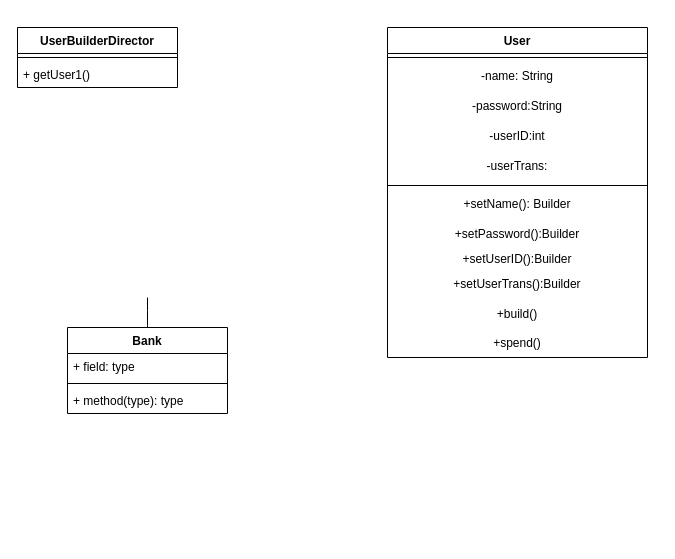
This is page "Builder" (3 of 4) of Diagrams/DesignPatterns.drawio from Paranote309/ATM-OODP, a draw.io file, before an edit. Source tidied: cells renumbered, new cells numbered last; positions are measured from the earlier drawing's top-left corner, leaving out a move shared by most shapes. Both pictures are drawn from the tidied source at 100%, with x=0, y=0 at pixel (17, 27).
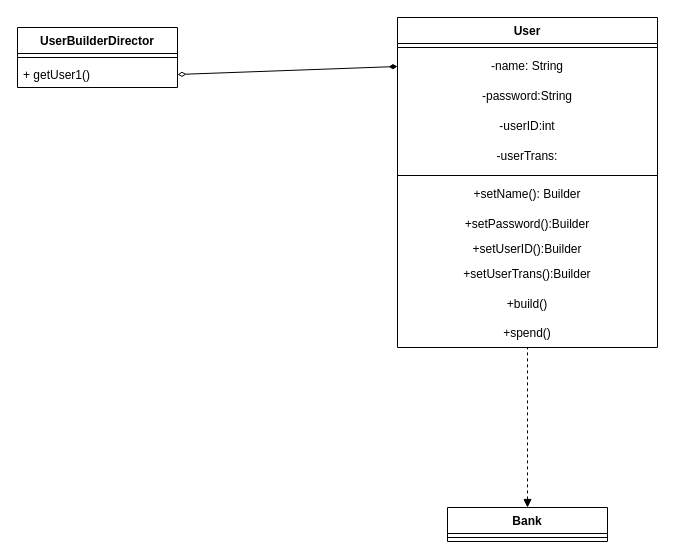
The same diagram, later.

Unchanged cells that the change refers to:
```xml
<mxCell id="4" value="+ getUser1()" style="text;strokeColor=none;fillColor=none;align=left;verticalAlign=top;spacingLeft=4;spacingRight=4;overflow=hidden;points=[[0,0.5],[1,0.5]];portConstraint=eastwest;labelBackgroundColor=#FFFFFF;labelBorderColor=none;fontColor=#000000;" parent="2" vertex="1">
  <mxGeometry y="34" width="160" height="26" as="geometry" />
</mxCell>
<mxCell id="7" value="-name: String" style="text;html=1;strokeColor=none;fillColor=none;align=center;verticalAlign=middle;whiteSpace=wrap;rounded=0;labelBackgroundColor=#FFFFFF;labelBorderColor=none;fontColor=#000000;" parent="5" vertex="1">
  <mxGeometry y="34" width="260" height="30" as="geometry" />
</mxCell>
<mxCell id="17" value="+spend()" style="text;html=1;strokeColor=none;fillColor=none;align=center;verticalAlign=middle;whiteSpace=wrap;rounded=0;labelBackgroundColor=#FFFFFF;labelBorderColor=none;fontColor=#000000;" parent="5" vertex="1">
  <mxGeometry y="302" width="260" height="28" as="geometry" />
</mxCell>
```

Change to the diagram source:
```diff
@@
     <mxCell id="5" value="User" style="swimlane;fontStyle=1;align=center;verticalAlign=top;horizontal=1;startSize=26;labelBackgroundColor=#FFFFFF;labelBorderColor=none;strokeColor=#000000;fontColor=#000000;" parent="1" vertex="1">
-      <mxGeometry x="370" width="260" height="330" as="geometry" />
+      <mxGeometry x="380" y="-10" width="260" height="330" as="geometry" />
     </mxCell>
@@
     <mxCell id="18" value="Bank" style="swimlane;fontStyle=1;align=center;verticalAlign=top;horizontal=1;startSize=26;" parent="1" vertex="1">
-      <mxGeometry x="50" y="300" width="160" height="86" as="geometry" />
+      <mxGeometry x="430" y="480" width="160" height="34" as="geometry" />
     </mxCell>
-    <mxCell id="19" value="+ field: type" style="text;strokeColor=none;fillColor=none;align=left;verticalAlign=top;spacingLeft=4;spacingRight=4;overflow=hidden;" parent="18" vertex="1">
-      <mxGeometry y="26" width="160" height="26" as="geometry" />
-    </mxCell>
     <mxCell id="20" style="line;strokeWidth=1;fillColor=none;align=left;verticalAlign=middle;spacingTop=-1;spacingLeft=3;spacingRight=3;labelPosition=right;strokeColor=inherit;" parent="18" vertex="1">
-      <mxGeometry y="52" width="160" height="8" as="geometry" />
+      <mxGeometry y="26" width="160" height="8" as="geometry" />
     </mxCell>
-    <mxCell id="21" value="+ method(type): type" style="text;strokeColor=none;fillColor=none;align=left;verticalAlign=top;spacingLeft=4;spacingRight=4;overflow=hidden;" parent="18" vertex="1">
-      <mxGeometry y="60" width="160" height="26" as="geometry" />
-    </mxCell>
-    <mxCell id="22" style="endArrow=none;html=1;curved=1;entryX=0.5;entryY=1;entryDx=0;entryDy=0;exitX=0.5;exitY=0;exitDx=0;exitDy=0;" parent="1" edge="1" source="18">
-      <mxGeometry relative="1" as="geometry">
-        <mxPoint x="130" y="270" as="targetPoint" />
-      </mxGeometry>
-    </mxCell>
+    <mxCell id="23" style="endArrow=diamondThin;html=1;fontColor=#000000;targetPerimeterSpacing=4;exitX=1;exitY=0.5;exitDx=0;exitDy=0;entryX=0;entryY=0.5;entryDx=0;entryDy=0;startArrow=diamondThin;startFill=0;endFill=1;" parent="1" edge="1" source="4" target="7">
+      <mxGeometry relative="1" as="geometry" />
+    </mxCell>
+    <mxCell id="24" style="endArrow=none;dashed=1;html=1;fontColor=#000000;targetPerimeterSpacing=4;entryX=0.5;entryY=1;entryDx=0;entryDy=0;exitX=0.5;exitY=0;exitDx=0;exitDy=0;endFill=0;startArrow=block;startFill=1;" parent="1" edge="1" source="18" target="17">
+      <mxGeometry relative="1" as="geometry" />
+    </mxCell>
```
